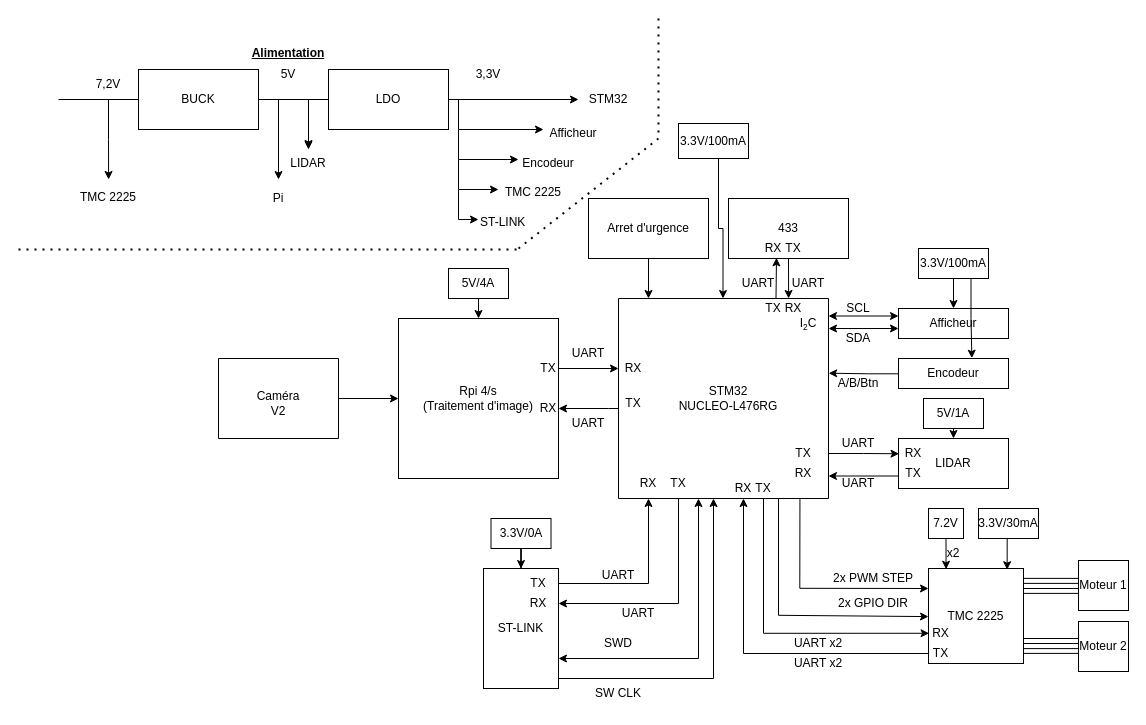
This is 1A/PAMI/PCB/Architecture.drawio from AresEnsea/2324_Projet2A_AresCFR, a draw.io file, before an edit. Source tidied: cells renumbered, new cells numbered last; positions are measured from the earlier drawing's top-left corner, leaving out a move shared by most shapes. Both pictures are drawn from the tidied source at 100%, with x=0, y=0 at pixel (18, 18).
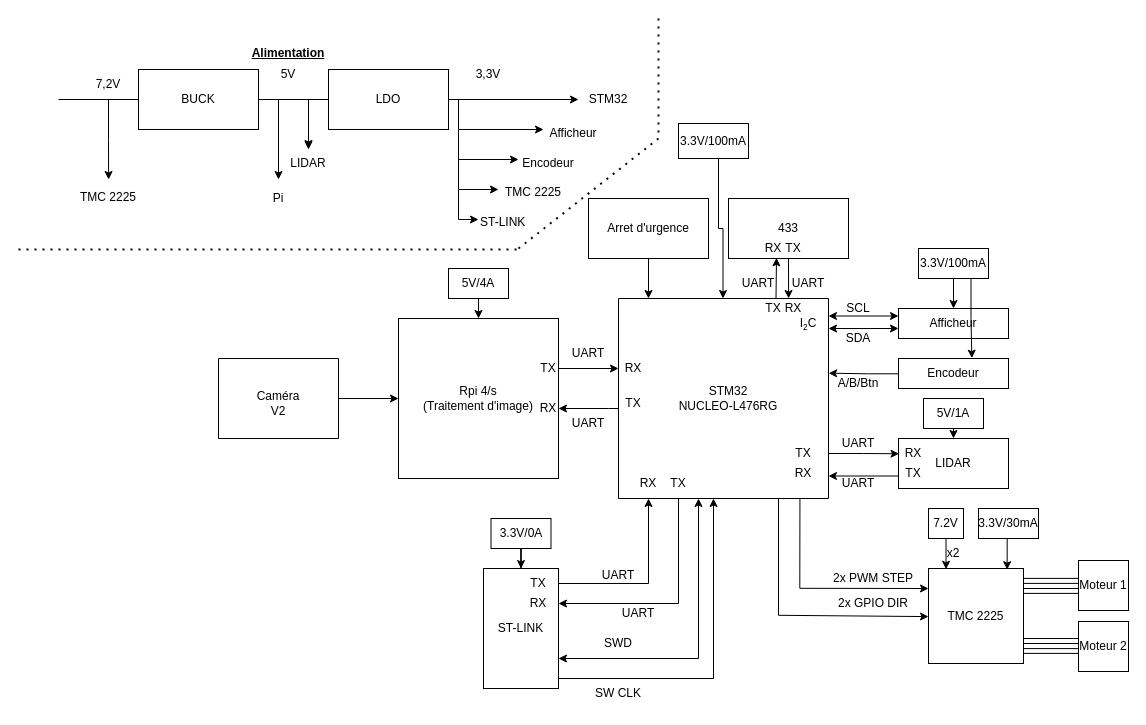
After the change.

Commit message:
Mettre à jour Architecture.drawio

The change refers to these unchanged cells:
```xml
<mxCell id="2" style="swimlane;startSize=0;" parent="1" vertex="1">
  <mxGeometry x="600" y="280" width="210" height="200" as="geometry" />
</mxCell>
<mxCell id="54" value="TMC 2225" style="whiteSpace=wrap;html=1;" parent="1" vertex="1">
  <mxGeometry x="910" y="550" width="95" height="95" as="geometry" />
</mxCell>
```

Diff of the diagram source:
```diff
@@
-    <mxCell id="11" value="RX" style="text;strokeColor=none;align=center;fillColor=none;html=1;verticalAlign=middle;whiteSpace=wrap;rounded=0;" parent="2" vertex="1">
-      <mxGeometry x="110" y="180" width="30" height="20" as="geometry" />
-    </mxCell>
-    <mxCell id="12" value="TX" style="text;strokeColor=none;align=center;fillColor=none;html=1;verticalAlign=middle;whiteSpace=wrap;rounded=0;" parent="2" vertex="1">
-      <mxGeometry x="130" y="180" width="30" height="20" as="geometry" />
-    </mxCell>
@@
-    <mxCell id="66" value="RX" style="text;strokeColor=none;align=center;fillColor=none;html=1;verticalAlign=middle;whiteSpace=wrap;rounded=0;" parent="1" vertex="1">
-      <mxGeometry x="910" y="610" width="25" height="10" as="geometry" />
-    </mxCell>
-    <mxCell id="67" style="edgeStyle=orthogonalEdgeStyle;rounded=0;jettySize=auto;html=1;exitX=0;exitY=0.5;exitDx=0;exitDy=0;entryX=0.5;entryY=1;entryDx=0;entryDy=0;" parent="1" edge="1" source="68" target="11">
-      <mxGeometry relative="1" as="geometry" />
-    </mxCell>
-    <mxCell id="68" value="TX" style="text;strokeColor=none;align=center;fillColor=none;html=1;verticalAlign=middle;whiteSpace=wrap;rounded=0;" parent="1" vertex="1">
-      <mxGeometry x="910" y="630" width="25" height="10" as="geometry" />
-    </mxCell>
-    <mxCell id="69" style="edgeStyle=orthogonalEdgeStyle;rounded=0;jettySize=auto;html=1;exitX=0.5;exitY=1;exitDx=0;exitDy=0;entryX=0.006;entryY=0.682;entryDx=0;entryDy=0;entryPerimeter=0;" parent="1" edge="1" source="12" target="54">
-      <mxGeometry relative="1" as="geometry" />
-    </mxCell>
-    <mxCell id="70" value="UART x2" style="text;strokeColor=none;align=center;fillColor=none;html=1;verticalAlign=middle;whiteSpace=wrap;rounded=0;" parent="1" vertex="1">
-      <mxGeometry x="770" y="640" width="60" height="10" as="geometry" />
-    </mxCell>
-    <mxCell id="71" value="UART x2" style="text;strokeColor=none;align=center;fillColor=none;html=1;verticalAlign=middle;whiteSpace=wrap;rounded=0;" parent="1" vertex="1">
-      <mxGeometry x="770" y="620" width="60" height="10" as="geometry" />
-    </mxCell>
```
